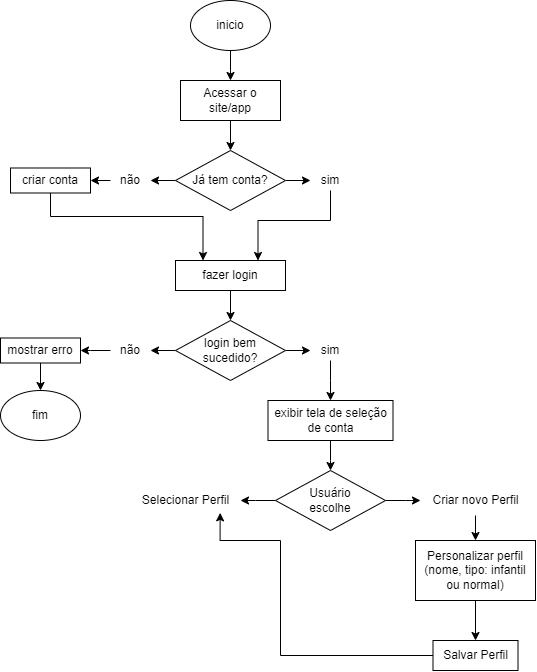
Andynlx01/fluxograma.aprensa-o keeps this draw.io diagram as fluxograma.drawio.png. Above is the earlier version. Source tidied: cells renumbered, new cells last; positions are measured from the earlier drawing's top-left corner, leaving out a move shared by most shapes.
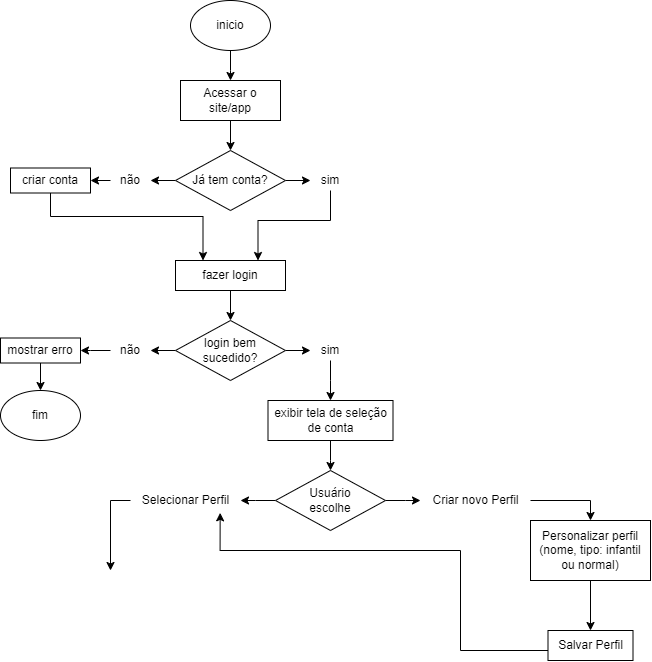
After the change.

The edit, as a diff of the source:
```diff
@@ -130,11 +130,20 @@
     <mxCell id="32" value="Usuário escolhe" style="text;strokeColor=none;align=center;fillColor=none;html=1;verticalAlign=middle;whiteSpace=wrap;rounded=0;" parent="1" vertex="1">
       <mxGeometry x="300" y="485" width="60" height="30" as="geometry" />
     </mxCell>
+    <mxCell id="40" style="edgeStyle=orthogonalEdgeStyle;rounded=0;jettySize=auto;html=1;" parent="1" edge="1" source="33">
+      <mxGeometry relative="1" as="geometry">
+        <mxPoint x="110" y="570" as="targetPoint" />
+      </mxGeometry>
+    </mxCell>
     <mxCell id="33" value="Selecionar Perfil" style="text;html=1;align=center;verticalAlign=middle;points=[];strokeColor=none;fillColor=none;" parent="1" vertex="1">
       <mxGeometry x="130" y="485" width="110" height="30" as="geometry" />
     </mxCell>
-    <mxCell id="34" style="edgeStyle=orthogonalEdgeStyle;rounded=0;jettySize=auto;html=1;" parent="1" edge="1" source="35" target="37">
-      <mxGeometry relative="1" as="geometry" />
+    <mxCell id="34" style="edgeStyle=orthogonalEdgeStyle;rounded=0;jettySize=auto;html=1;entryX=0.5;entryY=0;entryDx=0;entryDy=0;" parent="1" edge="1" source="35" target="37">
+      <mxGeometry relative="1" as="geometry">
+        <Array as="points">
+          <mxPoint x="590" y="500" />
+        </Array>
+      </mxGeometry>
     </mxCell>
     <mxCell id="35" value="Criar novo Perfil" style="text;html=1;align=center;verticalAlign=middle;points=[];strokeColor=none;fillColor=none;" parent="1" vertex="1">
       <mxGeometry x="420" y="485" width="110" height="30" as="geometry" />
@@ -143,19 +152,19 @@
       <mxGeometry relative="1" as="geometry" />
     </mxCell>
     <mxCell id="37" value="Personalizar perfil&lt;div&gt;(nome, tipo: infantil ou normal)&lt;/div&gt;" style="rounded=0;whiteSpace=wrap;html=1;" parent="1" vertex="1">
-      <mxGeometry x="415" y="540" width="120" height="60" as="geometry" />
+      <mxGeometry x="530" y="520" width="120" height="60" as="geometry" />
     </mxCell>
     <mxCell id="38" style="edgeStyle=orthogonalEdgeStyle;rounded=0;jettySize=auto;html=1;entryX=0.815;entryY=0.911;entryDx=0;entryDy=0;entryPerimeter=0;" parent="1" edge="1" source="39" target="33">
       <mxGeometry relative="1" as="geometry">
         <Array as="points">
-          <mxPoint x="280" y="655" />
-          <mxPoint x="280" y="540" />
-          <mxPoint x="220" y="540" />
+          <mxPoint x="460" y="650" />
+          <mxPoint x="460" y="550" />
+          <mxPoint x="220" y="550" />
         </Array>
       </mxGeometry>
     </mxCell>
     <mxCell id="39" value="Salvar Perfil" style="whiteSpace=wrap;html=1;rounded=0;" parent="1" vertex="1">
-      <mxGeometry x="432.5" y="640" width="85" height="30" as="geometry" />
+      <mxGeometry x="547.5" y="630" width="85" height="30" as="geometry" />
     </mxCell>
   </root>
 </mxGraphModel>
```
